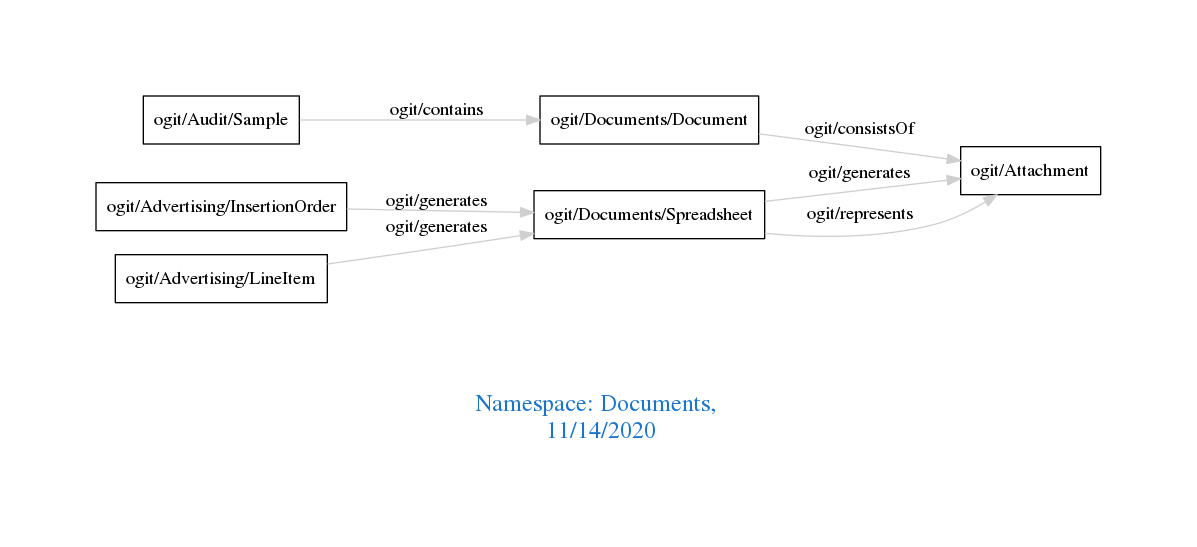
Earlier version of the Graphviz export downloads/Documents.png (arago/OGIT). Its source is kept beside it as downloads/Documents.dot.
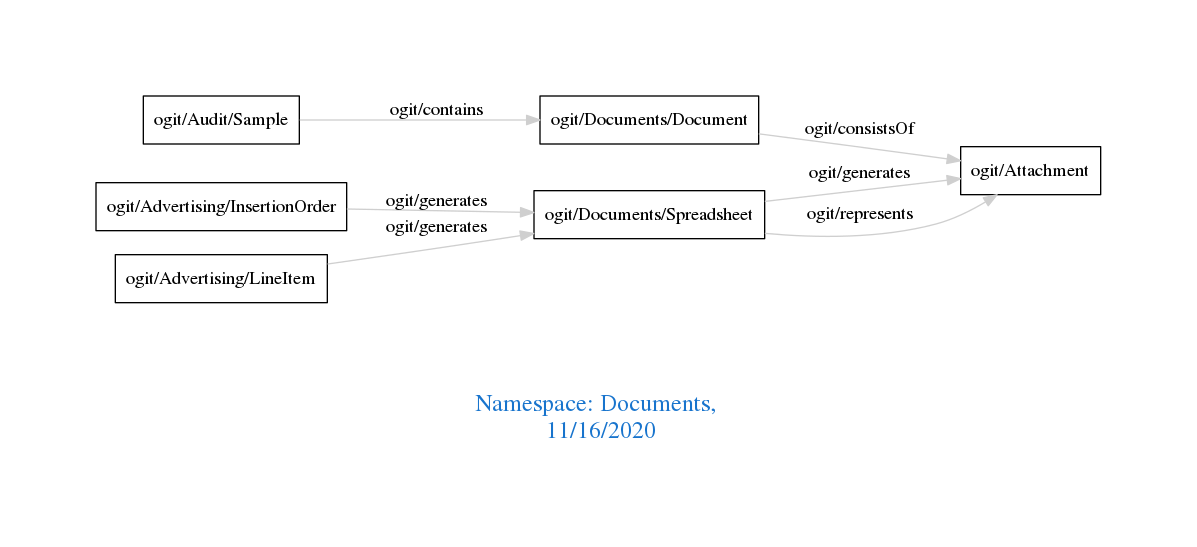
Later version of the same file.

Change to the diagram source:
```diff
@@ -1,7 +1,7 @@
 digraph OGIT_ontology {
  graph [ rankdir= LR,pad=1
 fontsize = 18,
-fontcolor= dodgerblue3,label = "\n\n\nNamespace: Documents, \n 11/14/2020"];
+fontcolor= dodgerblue3,label = "\n\n\nNamespace: Documents, \n 11/16/2020"];
 node[shape=polygon];
 edge [  color="gray81"];
 
```
